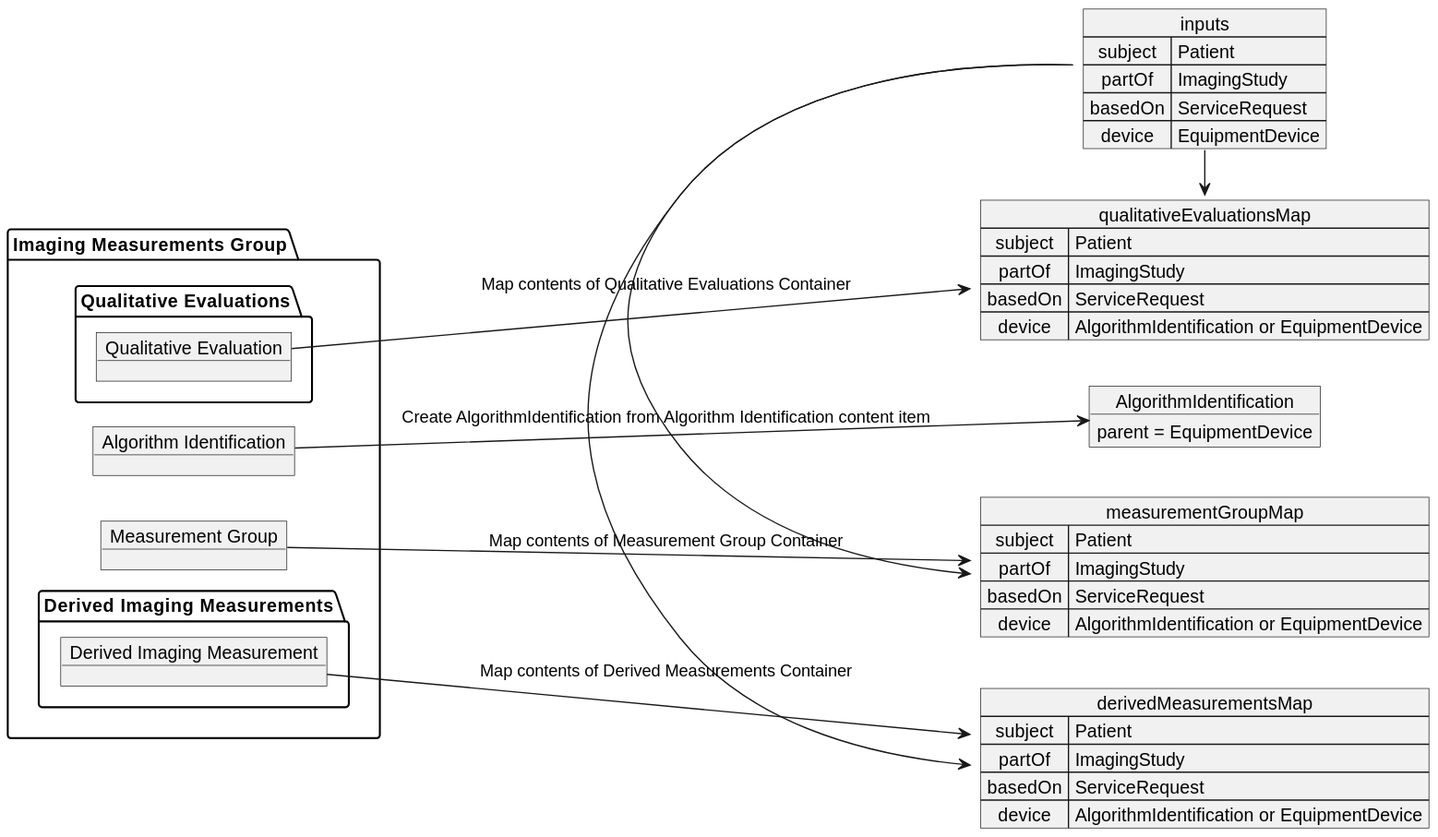
This is input/images/imaging_measurements_mapping.svg from HL7/dicom-sr, a PlantUML export, as it was before one commit. The source it was exported from:
```plantuml
@startuml imaging_measurements_mapping
left to right direction

map inputs {
   subject => Patient
   partOf => ImagingStudy
   basedOn => ServiceRequest
   device => EquipmentDevice
}

package "Imaging Measurements Group" as imagingMeasurementGroup {
   object "Algorithm Identification" as algorithm
   object "Measurement Group" as measurementGroup
   package "Derived Imaging Measurements" {
      object "Derived Imaging Measurement" as derivedMeasurement
   }
   package "Qualitative Evaluations" {
      object "Qualitative Evaluation" as qualitativeEvaluations
   }
}

object AlgorithmIdentification {
    parent = EquipmentDevice
}

algorithm --> AlgorithmIdentification: Create AlgorithmIdentification from Algorithm Identification content item

map measurementGroupMap {
    subject => Patient
    partOf => ImagingStudy
    basedOn => ServiceRequest
    device => AlgorithmIdentification or EquipmentDevice
}

map derivedMeasurementsMap {
    subject => Patient
    partOf => ImagingStudy
    basedOn => ServiceRequest
    device => AlgorithmIdentification or EquipmentDevice
}

map qualitativeEvaluationsMap {
    subject => Patient
    partOf => ImagingStudy
    basedOn => ServiceRequest
    device => AlgorithmIdentification or EquipmentDevice
}

inputs -> measurementGroupMap
inputs -> derivedMeasurementsMap
inputs -> qualitativeEvaluationsMap
measurementGroup --> measurementGroupMap: Map contents of Measurement Group Container
derivedMeasurement --> derivedMeasurementsMap: Map contents of Derived Measurements Container
qualitativeEvaluations -> qualitativeEvaluationsMap: Map contents of Qualitative Evaluations Container

@enduml
```
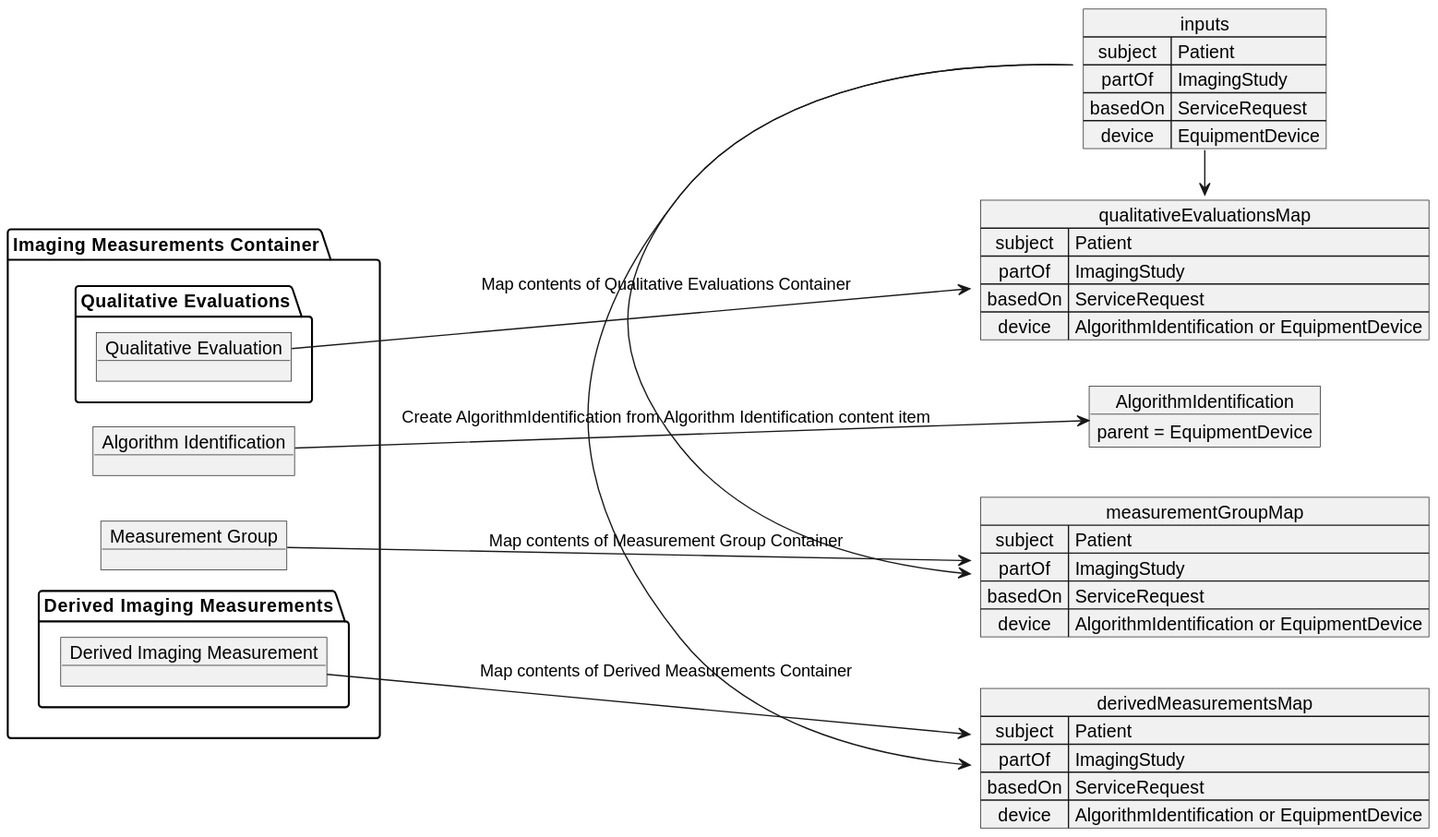
Later version of the same file.

Commit message:
- Continue mapping work

What changed in the source:
```diff
@@ -8,7 +8,7 @@
    device => EquipmentDevice
 }
 
-package "Imaging Measurements Group" as imagingMeasurementGroup {
+package "Imaging Measurements Container" as imagingMeasurementGroup {
    object "Algorithm Identification" as algorithm
    object "Measurement Group" as measurementGroup
    package "Derived Imaging Measurements" {
```
